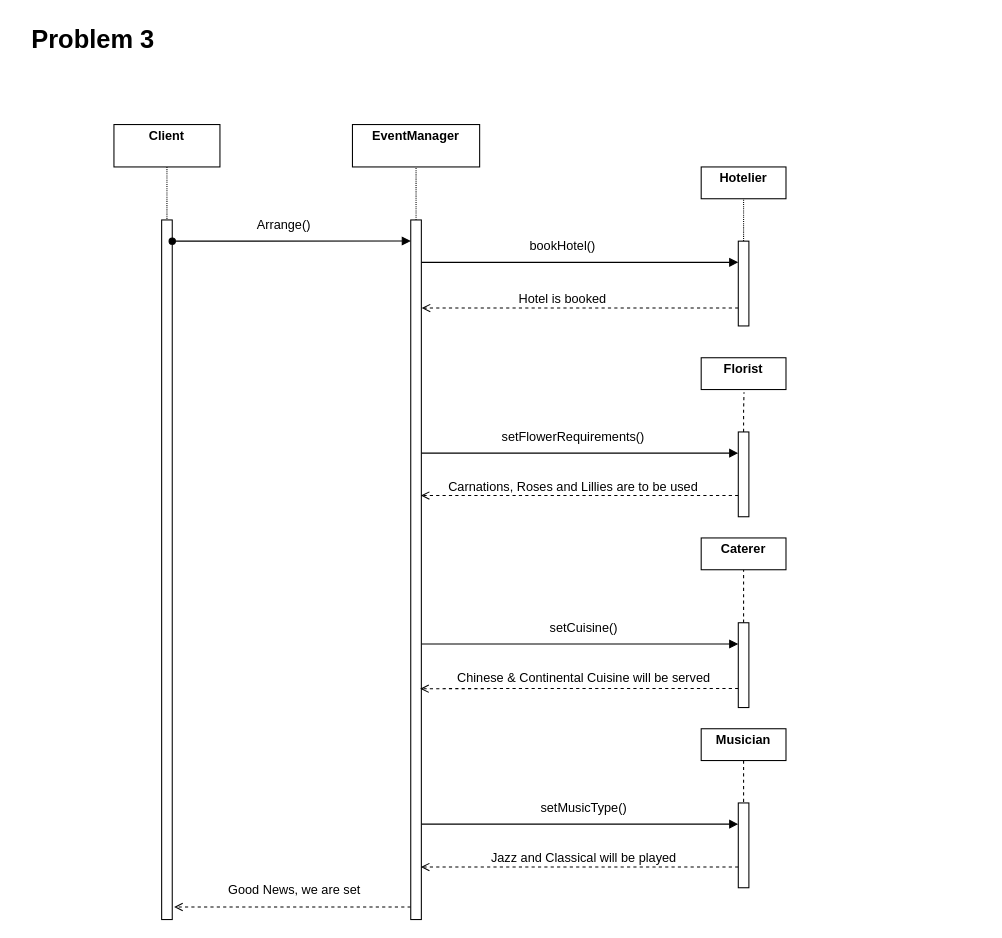
The draw.io diagram page "Problem3" (3 of 3) of CPEN333/Lab7/Lab7.drawio in Brendanlai/UBC-Coursework, before the edit. Source tidied: cells renumbered, new cells numbered last; positions are measured from the earlier drawing's top-left corner, leaving out a move shared by most shapes. Both pictures are drawn from the tidied source at 106%, with x=0, y=0 at pixel (18, 18).
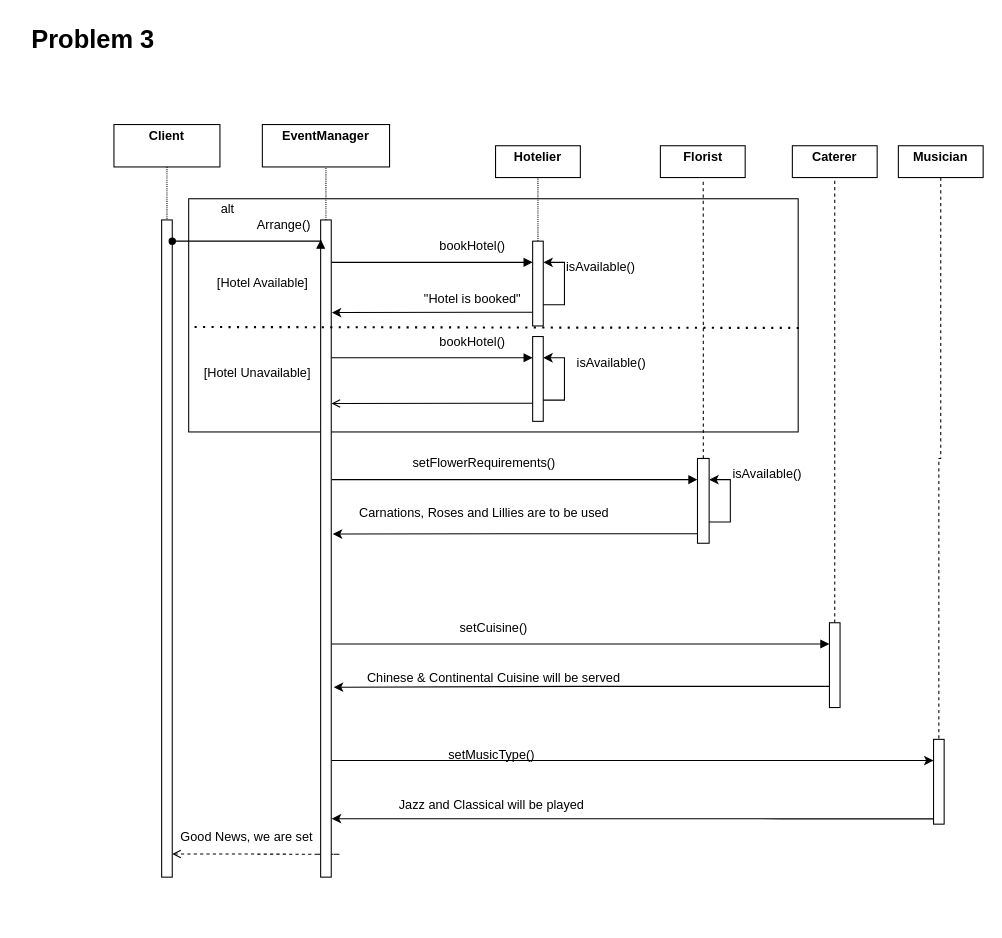
Above is the later version.

The edit, as a diff of the source:
```diff
@@
+    <mxCell id="41" style="rounded=0;whiteSpace=wrap;html=1;fillColor=none;" parent="1" vertex="1">
+      <mxGeometry x="160.5" y="170" width="575" height="220" as="geometry" />
+    </mxCell>
     <mxCell id="2" value="&lt;p style=&quot;margin:0px;margin-top:4px;text-align:center;&quot;&gt;&lt;b&gt;EventManager&lt;/b&gt;&lt;/p&gt;&lt;p style=&quot;margin:0px;margin-left:4px;&quot;&gt;&lt;br&gt;&lt;/p&gt;" style="verticalAlign=top;align=left;overflow=fill;fontSize=12;fontFamily=Helvetica;html=1;rounded=0;shadow=0;comic=0;labelBackgroundColor=none;strokeWidth=1;" parent="1" vertex="1">
-      <mxGeometry x="315" y="100" width="120" height="40" as="geometry" />
+      <mxGeometry x="230" y="100" width="120" height="40" as="geometry" />
     </mxCell>
@@
     <mxCell id="5" style="rounded=0;whiteSpace=wrap;html=1;" parent="1" vertex="1">
-      <mxGeometry x="135" y="190" width="10" height="660" as="geometry" />
+      <mxGeometry x="135" y="190" width="10" height="620" as="geometry" />
     </mxCell>
@@
     <mxCell id="7" style="edgeStyle=orthogonalEdgeStyle;rounded=0;jettySize=auto;html=1;entryX=0;entryY=0.25;entryDx=0;entryDy=0;strokeColor=default;startArrow=none;startFill=0;endArrow=block;endFill=1;" parent="1" edge="1" source="12" target="16">
       <mxGeometry relative="1" as="geometry">
         <Array as="points">
-          <mxPoint x="435" y="230" />
-          <mxPoint x="435" y="230" />
+          <mxPoint x="350" y="230" />
+          <mxPoint x="350" y="230" />
         </Array>
       </mxGeometry>
     </mxCell>
-    <mxCell id="8" style="edgeStyle=orthogonalEdgeStyle;rounded=0;jettySize=auto;html=1;entryX=0;entryY=0.25;entryDx=0;entryDy=0;strokeColor=default;startArrow=none;startFill=0;endArrow=block;endFill=1;" parent="1" edge="1" source="12" target="19">
+    <mxCell id="8" style="edgeStyle=orthogonalEdgeStyle;rounded=0;jettySize=auto;html=1;entryX=0;entryY=0.25;entryDx=0;entryDy=0;strokeColor=default;startArrow=none;startFill=0;endArrow=block;endFill=1;" parent="1" edge="1" target="19">
       <mxGeometry relative="1" as="geometry">
+        <mxPoint x="295.5" y="435" as="sourcePoint" />
         <Array as="points">
-          <mxPoint x="425" y="410" />
-          <mxPoint x="425" y="410" />
+          <mxPoint x="340.5" y="435" />
+          <mxPoint x="340.5" y="435" />
         </Array>
       </mxGeometry>
     </mxCell>
     <mxCell id="9" style="edgeStyle=orthogonalEdgeStyle;rounded=0;jettySize=auto;html=1;entryX=0;entryY=0.25;entryDx=0;entryDy=0;strokeColor=default;startArrow=none;startFill=0;endArrow=block;endFill=1;" parent="1" edge="1" source="12" target="22">
       <mxGeometry relative="1" as="geometry">
         <Array as="points">
-          <mxPoint x="435" y="590" />
-          <mxPoint x="435" y="590" />
+          <mxPoint x="350" y="590" />
+          <mxPoint x="350" y="590" />
         </Array>
       </mxGeometry>
     </mxCell>
+    <mxCell id="11" style="edgeStyle=orthogonalEdgeStyle;rounded=0;jettySize=auto;html=1;entryX=1.178;entryY=0.982;entryDx=0;entryDy=0;entryPerimeter=0;dashed=1;strokeColor=default;startArrow=none;startFill=0;endArrow=open;endFill=0;exitX=0.945;exitY=1.048;exitDx=0;exitDy=0;exitPerimeter=0;" parent="1" edge="1" source="39">
+      <mxGeometry relative="1" as="geometry">
+        <mxPoint x="145" y="788.1" as="targetPoint" />
+        <Array as="points">
+          <mxPoint x="303" y="788" />
+        </Array>
+      </mxGeometry>
+    </mxCell>
-    <mxCell id="10" style="edgeStyle=orthogonalEdgeStyle;rounded=0;jettySize=auto;html=1;entryX=0;entryY=0.25;entryDx=0;entryDy=0;strokeColor=default;startArrow=none;startFill=0;endArrow=block;endFill=1;" parent="1" edge="1" source="12" target="24">
+    <mxCell id="10" style="edgeStyle=orthogonalEdgeStyle;rounded=0;jettySize=auto;html=1;entryX=0;entryY=0.25;entryDx=0;entryDy=0;" parent="1" edge="1" source="12" target="24">
       <mxGeometry relative="1" as="geometry">
         <Array as="points">
-          <mxPoint x="435" y="760" />
-          <mxPoint x="435" y="760" />
+          <mxPoint x="450" y="700" />
+          <mxPoint x="450" y="700" />
         </Array>
       </mxGeometry>
     </mxCell>
-    <mxCell id="11" style="edgeStyle=orthogonalEdgeStyle;rounded=0;jettySize=auto;html=1;entryX=1.178;entryY=0.982;entryDx=0;entryDy=0;entryPerimeter=0;dashed=1;strokeColor=default;startArrow=none;startFill=0;endArrow=open;endFill=0;" parent="1" edge="1" source="12" target="5">
-      <mxGeometry relative="1" as="geometry">
-        <Array as="points">
-          <mxPoint x="305" y="838" />
-        </Array>
-      </mxGeometry>
-    </mxCell>
     <mxCell id="12" style="rounded=0;whiteSpace=wrap;html=1;" parent="1" vertex="1">
-      <mxGeometry x="370" y="190" width="10" height="660" as="geometry" />
+      <mxGeometry x="285" y="190" width="10" height="620" as="geometry" />
     </mxCell>
@@
-    <mxCell id="15" style="edgeStyle=orthogonalEdgeStyle;rounded=0;jettySize=auto;html=1;entryX=1.033;entryY=0.126;entryDx=0;entryDy=0;entryPerimeter=0;strokeColor=default;startArrow=none;startFill=0;endArrow=open;endFill=0;dashed=1;" parent="1" edge="1" source="16" target="12">
+    <mxCell id="15" style="edgeStyle=orthogonalEdgeStyle;rounded=0;jettySize=auto;html=1;entryX=1.045;entryY=0.141;entryDx=0;entryDy=0;entryPerimeter=0;" parent="1" edge="1" source="16" target="12">
       <mxGeometry relative="1" as="geometry">
         <Array as="points">
-          <mxPoint x="525" y="273" />
-          <mxPoint x="525" y="273" />
+          <mxPoint x="440" y="277" />
+          <mxPoint x="440" y="277" />
         </Array>
       </mxGeometry>
     </mxCell>
     <mxCell id="16" style="rounded=0;whiteSpace=wrap;html=1;" parent="1" vertex="1">
-      <mxGeometry x="679" y="210" width="10" height="80" as="geometry" />
+      <mxGeometry x="485" y="210" width="10" height="80" as="geometry" />
     </mxCell>
@@
-    <mxCell id="18" style="edgeStyle=orthogonalEdgeStyle;rounded=0;jettySize=auto;html=1;entryX=0.95;entryY=0.394;entryDx=0;entryDy=0;entryPerimeter=0;dashed=1;strokeColor=default;startArrow=none;startFill=0;endArrow=open;endFill=0;" parent="1" edge="1" source="19" target="12">
+    <mxCell id="18" style="edgeStyle=orthogonalEdgeStyle;rounded=0;jettySize=auto;html=1;entryX=1.14;entryY=0.478;entryDx=0;entryDy=0;entryPerimeter=0;" parent="1" edge="1" source="19" target="12">
       <mxGeometry relative="1" as="geometry">
         <Array as="points">
-          <mxPoint x="525" y="450" />
-          <mxPoint x="525" y="450" />
+          <mxPoint x="550" y="486" />
+          <mxPoint x="550" y="486" />
         </Array>
       </mxGeometry>
     </mxCell>
     <mxCell id="19" style="rounded=0;whiteSpace=wrap;html=1;" parent="1" vertex="1">
-      <mxGeometry x="679" y="390" width="10" height="80" as="geometry" />
+      <mxGeometry x="640.5" y="415" width="11" height="80" as="geometry" />
     </mxCell>
@@
-    <mxCell id="21" style="edgeStyle=orthogonalEdgeStyle;rounded=0;jettySize=auto;html=1;entryX=0.891;entryY=0.67;entryDx=0;entryDy=0;entryPerimeter=0;dashed=1;strokeColor=default;startArrow=none;startFill=0;endArrow=open;endFill=0;" parent="1" edge="1" source="22" target="12">
-      <mxGeometry relative="1" as="geometry">
-        <Array as="points">
-          <mxPoint x="535" y="632" />
-          <mxPoint x="535" y="632" />
-        </Array>
-      </mxGeometry>
+    <mxCell id="21" style="edgeStyle=orthogonalEdgeStyle;rounded=0;jettySize=auto;html=1;exitX=0;exitY=0.75;exitDx=0;exitDy=0;entryX=1.235;entryY=0.711;entryDx=0;entryDy=0;entryPerimeter=0;" parent="1" edge="1" source="22" target="12">
+      <mxGeometry relative="1" as="geometry" />
     </mxCell>
     <mxCell id="22" style="rounded=0;whiteSpace=wrap;html=1;" parent="1" vertex="1">
-      <mxGeometry x="679" y="570" width="10" height="80" as="geometry" />
+      <mxGeometry x="765" y="570" width="10" height="80" as="geometry" />
     </mxCell>
-    <mxCell id="23" style="edgeStyle=orthogonalEdgeStyle;rounded=0;jettySize=auto;html=1;entryX=0.952;entryY=0.925;entryDx=0;entryDy=0;entryPerimeter=0;dashed=1;strokeColor=default;startArrow=none;startFill=0;endArrow=open;endFill=0;" parent="1" edge="1" source="24" target="12">
+    <mxCell id="23" style="edgeStyle=orthogonalEdgeStyle;rounded=0;jettySize=auto;html=1;entryX=1.045;entryY=0.911;entryDx=0;entryDy=0;entryPerimeter=0;" parent="1" edge="1" source="24" target="12">
       <mxGeometry relative="1" as="geometry">
         <Array as="points">
-          <mxPoint x="480" y="800" />
+          <mxPoint x="720" y="755" />
+          <mxPoint x="720" y="755" />
         </Array>
       </mxGeometry>
     </mxCell>
     <mxCell id="24" style="rounded=0;whiteSpace=wrap;html=1;" parent="1" vertex="1">
-      <mxGeometry x="679" y="740" width="10" height="80" as="geometry" />
+      <mxGeometry x="863.2" y="680" width="10" height="80" as="geometry" />
     </mxCell>
@@
     <mxCell id="26" value="&lt;p style=&quot;margin:0px;margin-top:4px;text-align:center;&quot;&gt;&lt;b&gt;Musician&lt;/b&gt;&lt;/p&gt;" style="verticalAlign=top;align=left;overflow=fill;fontSize=12;fontFamily=Helvetica;html=1;rounded=0;shadow=0;comic=0;labelBackgroundColor=none;strokeWidth=1;" parent="1" vertex="1">
-      <mxGeometry x="644" y="670" width="80" height="30" as="geometry" />
+      <mxGeometry x="830" y="120" width="80" height="30" as="geometry" />
     </mxCell>
     <mxCell id="27" value="&lt;p style=&quot;margin:0px;margin-top:4px;text-align:center;&quot;&gt;&lt;b&gt;Hotelier&lt;/b&gt;&lt;/p&gt;" style="verticalAlign=top;align=left;overflow=fill;fontSize=12;fontFamily=Helvetica;html=1;rounded=0;shadow=0;comic=0;labelBackgroundColor=none;strokeWidth=1;" parent="1" vertex="1">
-      <mxGeometry x="644" y="140" width="80" height="30" as="geometry" />
+      <mxGeometry x="450" y="120" width="80" height="30" as="geometry" />
     </mxCell>
     <mxCell id="28" value="&lt;p style=&quot;margin:0px;margin-top:4px;text-align:center;&quot;&gt;&lt;b&gt;Florist&lt;/b&gt;&lt;/p&gt;" style="verticalAlign=top;align=left;overflow=fill;fontSize=12;fontFamily=Helvetica;html=1;rounded=0;shadow=0;comic=0;labelBackgroundColor=none;strokeWidth=1;" parent="1" vertex="1">
-      <mxGeometry x="644" y="320" width="80" height="30" as="geometry" />
+      <mxGeometry x="605.5" y="120" width="80" height="30" as="geometry" />
     </mxCell>
     <mxCell id="29" value="&lt;p style=&quot;margin:0px;margin-top:4px;text-align:center;&quot;&gt;&lt;b&gt;Caterer&lt;/b&gt;&lt;/p&gt;" style="verticalAlign=top;align=left;overflow=fill;fontSize=12;fontFamily=Helvetica;html=1;rounded=0;shadow=0;comic=0;labelBackgroundColor=none;strokeWidth=1;" parent="1" vertex="1">
-      <mxGeometry x="644" y="490" width="80" height="30" as="geometry" />
+      <mxGeometry x="730" y="120" width="80" height="30" as="geometry" />
     </mxCell>
@@
     <mxCell id="31" value="bookHotel()" style="text;html=1;align=center;verticalAlign=middle;strokeColor=none;fillColor=none;" parent="1" vertex="1">
-      <mxGeometry x="468" y="200" width="90" height="30" as="geometry" />
+      <mxGeometry x="383" y="200" width="90" height="30" as="geometry" />
     </mxCell>
-    <mxCell id="32" value="Hotel is booked" style="text;html=1;align=center;verticalAlign=middle;strokeColor=none;fillColor=none;" parent="1" vertex="1">
-      <mxGeometry x="458" y="250" width="110" height="30" as="geometry" />
+    <mxCell id="32" value="&quot;Hotel is booked&quot;" style="text;html=1;align=center;verticalAlign=middle;strokeColor=none;fillColor=none;" parent="1" vertex="1">
+      <mxGeometry x="373" y="250" width="110" height="30" as="geometry" />
     </mxCell>
     <mxCell id="33" value="setFlowerRequirements()" style="text;html=1;align=center;verticalAlign=middle;strokeColor=none;fillColor=none;" parent="1" vertex="1">
-      <mxGeometry x="443" y="380" width="160" height="30" as="geometry" />
+      <mxGeometry x="358.5" y="405" width="160" height="30" as="geometry" />
     </mxCell>
     <mxCell id="34" value="Carnations, Roses and Lillies are to be used" style="text;html=1;align=center;verticalAlign=middle;strokeColor=none;fillColor=none;" parent="1" vertex="1">
-      <mxGeometry x="393" y="427" width="260" height="30" as="geometry" />
+      <mxGeometry x="308.5" y="452" width="260" height="30" as="geometry" />
     </mxCell>
     <mxCell id="35" value="setCuisine()" style="text;html=1;align=center;verticalAlign=middle;strokeColor=none;fillColor=none;" parent="1" vertex="1">
-      <mxGeometry x="488" y="560" width="90" height="30" as="geometry" />
+      <mxGeometry x="403" y="560" width="90" height="30" as="geometry" />
     </mxCell>
     <mxCell id="36" value="Chinese &amp;amp; Continental Cuisine will be served" style="text;html=1;align=center;verticalAlign=middle;strokeColor=none;fillColor=none;" parent="1" vertex="1">
-      <mxGeometry x="403" y="607" width="260" height="30" as="geometry" />
+      <mxGeometry x="318" y="607" width="260" height="30" as="geometry" />
     </mxCell>
     <mxCell id="37" value="setMusicType()" style="text;html=1;align=center;verticalAlign=middle;strokeColor=none;fillColor=none;" parent="1" vertex="1">
-      <mxGeometry x="483" y="730" width="100" height="30" as="geometry" />
+      <mxGeometry x="396.2" y="680" width="100" height="30" as="geometry" />
     </mxCell>
     <mxCell id="38" value="Jazz and Classical will be played" style="text;html=1;align=center;verticalAlign=middle;strokeColor=none;fillColor=none;" parent="1" vertex="1">
-      <mxGeometry x="433" y="777" width="200" height="30" as="geometry" />
+      <mxGeometry x="346.2" y="727" width="200" height="30" as="geometry" />
     </mxCell>
     <mxCell id="39" value="Good News, we are set" style="text;html=1;align=center;verticalAlign=middle;points=[];strokeColor=none;fillColor=none;" parent="1" vertex="1">
-      <mxGeometry x="185" y="807" width="150" height="30" as="geometry" />
+      <mxGeometry x="140" y="757" width="150" height="30" as="geometry" />
     </mxCell>
@@
+    <mxCell id="42" style="edgeStyle=orthogonalEdgeStyle;rounded=0;orthogonalLoop=1;jettySize=auto;html=1;exitX=1;exitY=0.75;exitDx=0;exitDy=0;entryX=1;entryY=0.25;entryDx=0;entryDy=0;" parent="1" edge="1" source="16" target="16">
+      <mxGeometry relative="1" as="geometry" />
+    </mxCell>
+    <mxCell id="43" value="isAvailable()" style="text;html=1;align=center;verticalAlign=middle;strokeColor=none;fillColor=none;" parent="1" vertex="1">
+      <mxGeometry x="504" y="220" width="90" height="30" as="geometry" />
+    </mxCell>
+    <mxCell id="44" value="isAvailable()" style="text;html=1;align=center;verticalAlign=middle;strokeColor=none;fillColor=none;" parent="1" vertex="1">
+      <mxGeometry x="660.5" y="415" width="90" height="30" as="geometry" />
+    </mxCell>
+    <mxCell id="45" style="edgeStyle=orthogonalEdgeStyle;rounded=0;orthogonalLoop=1;jettySize=auto;html=1;exitX=1;exitY=0.75;exitDx=0;exitDy=0;entryX=1;entryY=0.25;entryDx=0;entryDy=0;" parent="1" edge="1" source="19" target="19">
+      <mxGeometry relative="1" as="geometry" />
+    </mxCell>
+    <mxCell id="46" value="alt" style="text;html=1;strokeColor=none;fillColor=none;align=center;verticalAlign=middle;whiteSpace=wrap;rounded=0;" parent="1" vertex="1">
+      <mxGeometry x="175" y="170" width="45" height="20" as="geometry" />
+    </mxCell>
+    <mxCell id="47" style="endArrow=none;dashed=1;html=1;dashPattern=1 3;strokeWidth=2;rounded=0;exitX=1.001;exitY=0.554;exitDx=0;exitDy=0;exitPerimeter=0;entryX=0;entryY=0.55;entryDx=0;entryDy=0;entryPerimeter=0;" parent="1" edge="1" source="41" target="41">
+      <mxGeometry relative="1" as="geometry" />
+    </mxCell>
+    <mxCell id="48" style="edgeStyle=orthogonalEdgeStyle;rounded=0;jettySize=auto;html=1;entryX=0;entryY=0.25;entryDx=0;entryDy=0;strokeColor=default;startArrow=none;startFill=0;endArrow=block;endFill=1;" parent="1" edge="1" target="50">
+      <mxGeometry relative="1" as="geometry">
+        <mxPoint x="295" y="320" as="sourcePoint" />
+        <Array as="points">
+          <mxPoint x="350" y="320" />
+          <mxPoint x="350" y="320" />
+        </Array>
+      </mxGeometry>
+    </mxCell>
+    <mxCell id="49" style="edgeStyle=orthogonalEdgeStyle;rounded=0;jettySize=auto;html=1;entryX=1.033;entryY=0.126;entryDx=0;entryDy=0;entryPerimeter=0;strokeColor=default;startArrow=none;startFill=0;endArrow=open;endFill=0;" parent="1" edge="1" source="50">
+      <mxGeometry relative="1" as="geometry">
+        <mxPoint x="295.3" y="363.2" as="targetPoint" />
+        <Array as="points">
+          <mxPoint x="440" y="363" />
+          <mxPoint x="440" y="363" />
+        </Array>
+      </mxGeometry>
+    </mxCell>
+    <mxCell id="50" style="rounded=0;whiteSpace=wrap;html=1;" parent="1" vertex="1">
+      <mxGeometry x="485" y="300" width="10" height="80" as="geometry" />
+    </mxCell>
+    <mxCell id="51" value="bookHotel()" style="text;html=1;align=center;verticalAlign=middle;strokeColor=none;fillColor=none;" parent="1" vertex="1">
+      <mxGeometry x="383" y="290" width="90" height="30" as="geometry" />
+    </mxCell>
+    <mxCell id="52" style="edgeStyle=orthogonalEdgeStyle;rounded=0;orthogonalLoop=1;jettySize=auto;html=1;exitX=1;exitY=0.75;exitDx=0;exitDy=0;entryX=1;entryY=0.25;entryDx=0;entryDy=0;" parent="1" edge="1" source="50" target="50">
+      <mxGeometry relative="1" as="geometry" />
+    </mxCell>
+    <mxCell id="53" value="[Hotel Available]" style="text;html=1;align=center;verticalAlign=middle;strokeColor=none;fillColor=none;" parent="1" vertex="1">
+      <mxGeometry x="175" y="235" width="110" height="30" as="geometry" />
+    </mxCell>
+    <mxCell id="54" value="[Hotel Unavailable]" style="text;html=1;align=center;verticalAlign=middle;strokeColor=none;fillColor=none;" parent="1" vertex="1">
+      <mxGeometry x="165" y="320" width="120" height="30" as="geometry" />
+    </mxCell>
+    <mxCell id="55" value="isAvailable()" style="text;html=1;align=center;verticalAlign=middle;strokeColor=none;fillColor=none;" parent="1" vertex="1">
+      <mxGeometry x="514" y="310" width="90" height="30" as="geometry" />
+    </mxCell>
```
